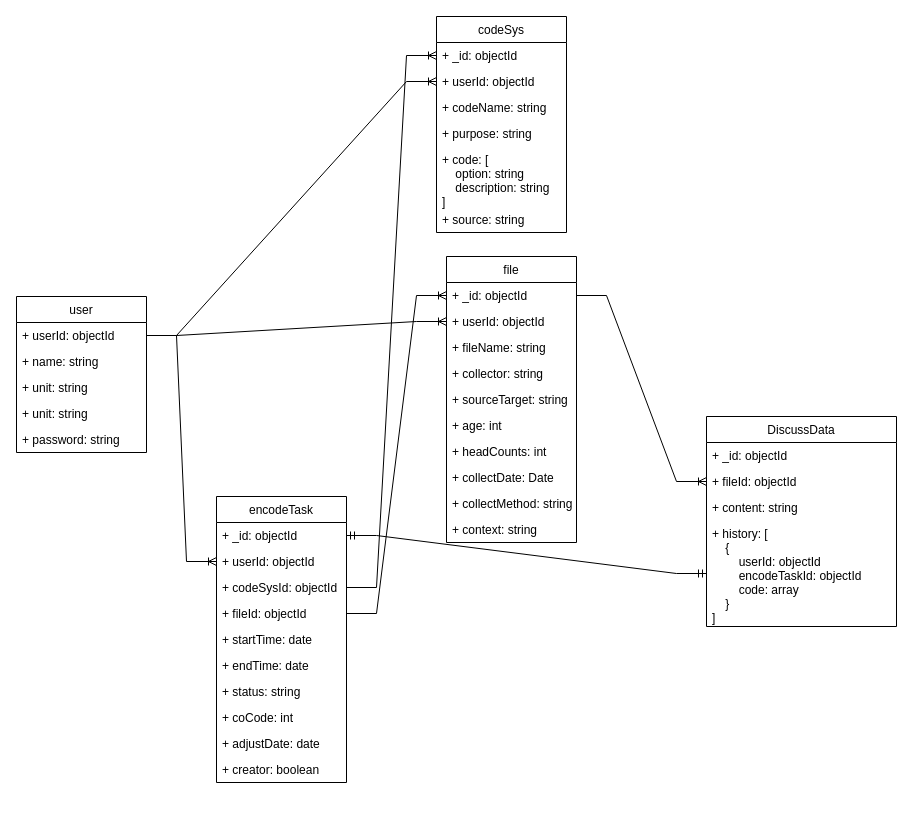
Before: NLP.drawio in Zeng9898/argument-platform, a draw.io diagram. Source tidied: cells renumbered, new cells numbered last; positions are measured from the earlier drawing's top-left corner, leaving out a move shared by most shapes. Both pictures are drawn from the tidied source at 100%, with x=0, y=0 at pixel (16, 16).
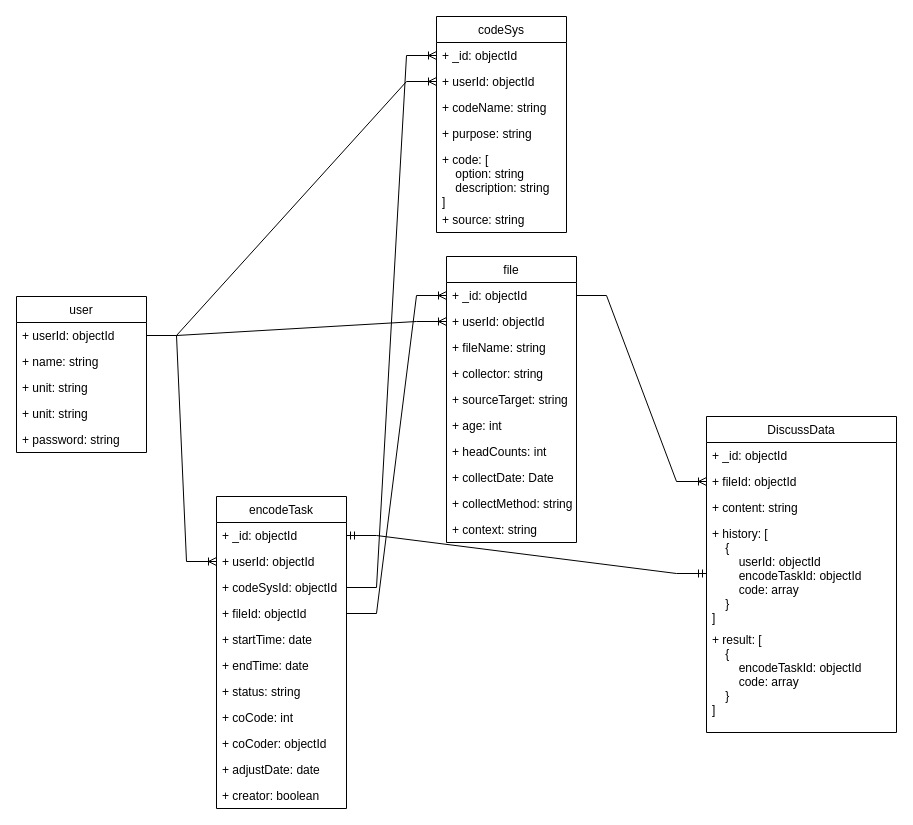
The same diagram, later.

Diff of the diagram source:
```diff
@@
     <mxCell id="28" value="encodeTask" style="swimlane;fontStyle=0;horizontal=1;startSize=26;fillColor=none;" parent="1" vertex="1">
-      <mxGeometry x="200" y="480" width="130" height="286" as="geometry" />
+      <mxGeometry x="200" y="480" width="130" height="312" as="geometry" />
     </mxCell>
@@
+    <mxCell id="49" value="+ coCoder: objectId" style="text;strokeColor=none;fillColor=none;align=left;verticalAlign=top;spacingLeft=4;spacingRight=4;overflow=hidden;" parent="28" vertex="1">
+      <mxGeometry y="234" width="130" height="26" as="geometry" />
+    </mxCell>
     <mxCell id="37" value="+ adjustDate: date " style="text;strokeColor=none;fillColor=none;align=left;verticalAlign=top;spacingLeft=4;spacingRight=4;overflow=hidden;" parent="28" vertex="1">
-      <mxGeometry y="234" width="130" height="26" as="geometry" />
+      <mxGeometry y="260" width="130" height="26" as="geometry" />
     </mxCell>
     <mxCell id="38" value="+ creator: boolean" style="text;strokeColor=none;fillColor=none;align=left;verticalAlign=top;spacingLeft=4;spacingRight=4;overflow=hidden;" parent="28" vertex="1">
-      <mxGeometry y="260" width="130" height="26" as="geometry" />
+      <mxGeometry y="286" width="130" height="26" as="geometry" />
     </mxCell>
@@
     <mxCell id="40" value="DiscussData" style="swimlane;fontStyle=0;horizontal=1;startSize=26;fillColor=none;" parent="1" vertex="1">
-      <mxGeometry x="690" y="400" width="190" height="210" as="geometry" />
+      <mxGeometry x="690" y="400" width="190" height="316" as="geometry" />
     </mxCell>
@@
+    <mxCell id="50" value="+ result: [&#10;    {&#10;        encodeTaskId: objectId&#10;        code: array&#10;    }&#10;]" style="text;strokeColor=none;fillColor=none;align=left;verticalAlign=top;spacingLeft=4;spacingRight=4;overflow=hidden;" parent="40" vertex="1">
+      <mxGeometry y="210" width="190" height="106" as="geometry" />
+    </mxCell>
```
